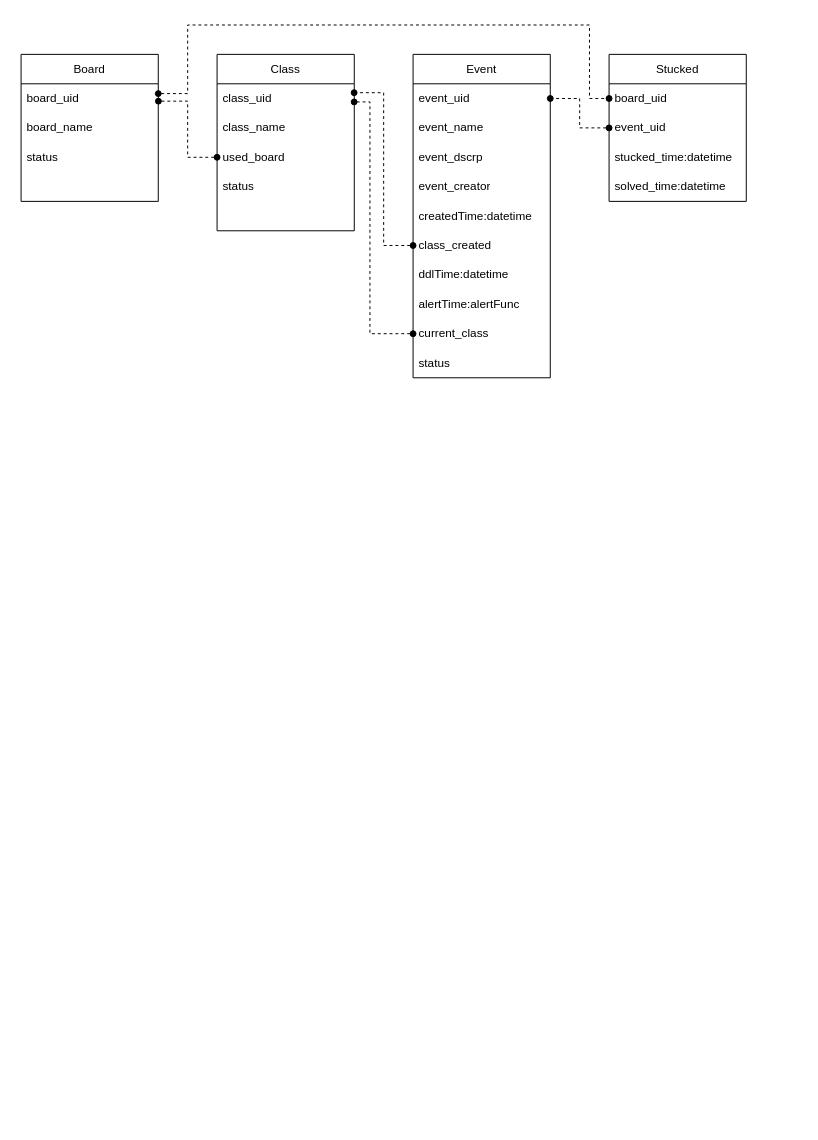
Above: KBC-chart.drawio in NandHyf/KanbanCore_earlyValid (draw.io), before the change. Source tidied: cells renumbered, new cells numbered last; positions are measured from the earlier drawing's top-left corner, leaving out a move shared by most shapes. Both pictures are drawn from the tidied source at 98%, with x=0, y=0 at pixel (21, 24).
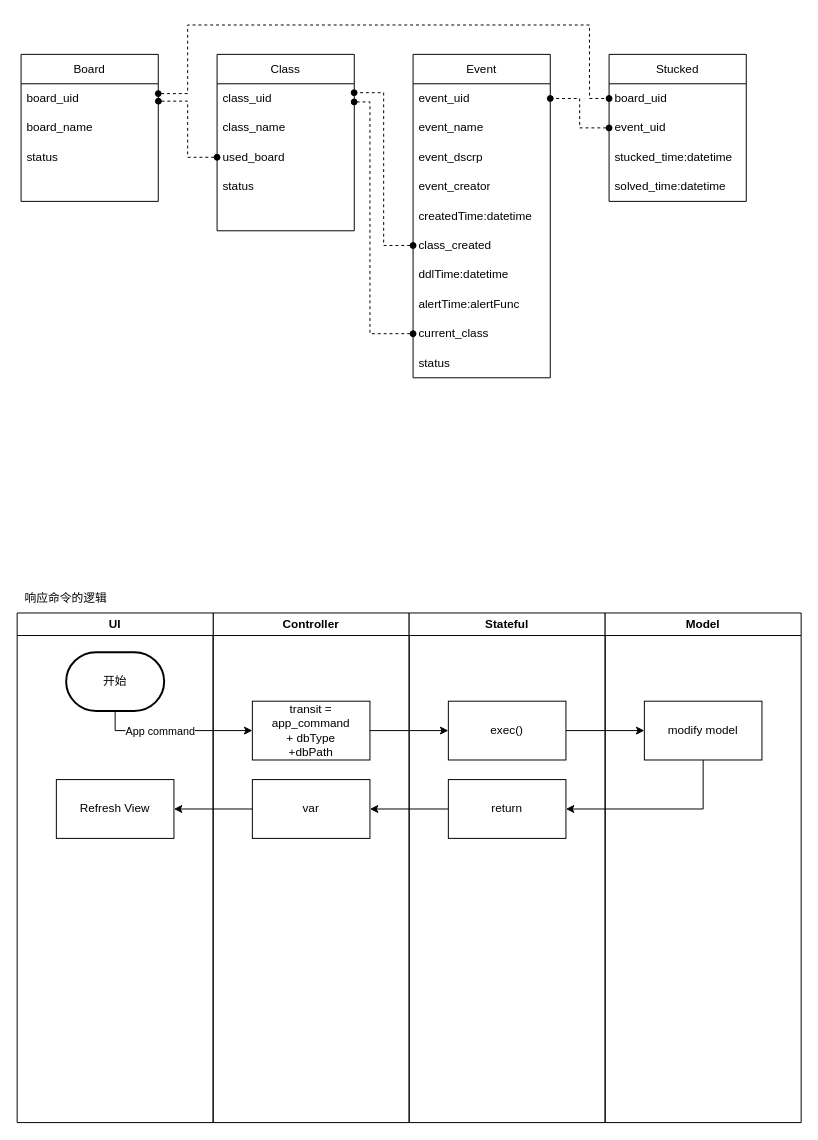
The same page after the edit.

Diff of the diagram source:
```diff
@@
+    <mxCell id="34" value="Controller" style="swimlane;whiteSpace=wrap;html=1;" parent="1" vertex="1">
+      <mxGeometry x="196" y="600" width="200" height="520" as="geometry" />
+    </mxCell>
+    <mxCell id="35" value="transit = app_command&lt;br style=&quot;border-color: var(--border-color);&quot;&gt;+ dbType&lt;br style=&quot;border-color: var(--border-color);&quot;&gt;+dbPath" style="rounded=0;whiteSpace=wrap;html=1;" parent="34" vertex="1">
+      <mxGeometry x="40" y="90" width="120" height="60" as="geometry" />
+    </mxCell>
+    <mxCell id="36" value="var" style="whiteSpace=wrap;html=1;rounded=0;" parent="34" vertex="1">
+      <mxGeometry x="40" y="170" width="120" height="60" as="geometry" />
+    </mxCell>
+    <mxCell id="37" value="Stateful" style="swimlane;whiteSpace=wrap;html=1;" parent="1" vertex="1">
+      <mxGeometry x="396" y="600" width="200" height="520" as="geometry" />
+    </mxCell>
+    <mxCell id="38" value="exec()" style="whiteSpace=wrap;html=1;rounded=0;" parent="37" vertex="1">
+      <mxGeometry x="40" y="90" width="120" height="60" as="geometry" />
+    </mxCell>
+    <mxCell id="39" value="return" style="whiteSpace=wrap;html=1;rounded=0;" parent="37" vertex="1">
+      <mxGeometry x="40" y="170" width="120" height="60" as="geometry" />
+    </mxCell>
+    <mxCell id="40" value="Model" style="swimlane;whiteSpace=wrap;html=1;" parent="1" vertex="1">
+      <mxGeometry x="596" y="600" width="200" height="520" as="geometry" />
+    </mxCell>
+    <mxCell id="41" value="modify model" style="whiteSpace=wrap;html=1;rounded=0;" parent="40" vertex="1">
+      <mxGeometry x="40" y="90" width="120" height="60" as="geometry" />
+    </mxCell>
+    <mxCell id="42" value="UI" style="swimlane;whiteSpace=wrap;html=1;" parent="1" vertex="1">
+      <mxGeometry x="-4" y="600" width="200" height="520" as="geometry" />
+    </mxCell>
+    <mxCell id="43" value="开始" style="strokeWidth=2;html=1;shape=mxgraph.flowchart.terminator;whiteSpace=wrap;" parent="42" vertex="1">
+      <mxGeometry x="50" y="40" width="100" height="60" as="geometry" />
+    </mxCell>
+    <mxCell id="44" value="Refresh View" style="whiteSpace=wrap;html=1;rounded=0;" parent="42" vertex="1">
+      <mxGeometry x="40" y="170" width="120" height="60" as="geometry" />
+    </mxCell>
+    <mxCell id="45" style="edgeStyle=orthogonalEdgeStyle;rounded=0;jettySize=auto;html=1;exitX=0.5;exitY=1;exitDx=0;exitDy=0;exitPerimeter=0;entryX=0;entryY=0.5;entryDx=0;entryDy=0;" parent="1" edge="1" source="43" target="35">
+      <mxGeometry relative="1" as="geometry">
+        <Array as="points">
+          <mxPoint x="96" y="720" />
+        </Array>
+      </mxGeometry>
+    </mxCell>
+    <mxCell id="46" value="App command" style="edgeLabel;html=1;align=center;verticalAlign=middle;" parent="45" vertex="1">
+      <mxGeometry x="-0.01" relative="1" as="geometry">
+        <mxPoint x="-14" as="offset" />
+      </mxGeometry>
+    </mxCell>
+    <mxCell id="47" value="响应命令的逻辑" style="text;html=1;strokeColor=none;fillColor=none;align=center;verticalAlign=middle;whiteSpace=wrap;rounded=0;" parent="1" vertex="1">
+      <mxGeometry x="-4" y="570" width="100" height="30" as="geometry" />
+    </mxCell>
+    <mxCell id="48" style="edgeStyle=orthogonalEdgeStyle;rounded=0;jettySize=auto;html=1;" parent="1" edge="1" source="35" target="38">
+      <mxGeometry relative="1" as="geometry" />
+    </mxCell>
+    <mxCell id="49" style="edgeStyle=orthogonalEdgeStyle;rounded=0;jettySize=auto;html=1;" parent="1" edge="1" source="38" target="41">
+      <mxGeometry relative="1" as="geometry" />
+    </mxCell>
+    <mxCell id="50" style="edgeStyle=orthogonalEdgeStyle;rounded=0;jettySize=auto;html=1;exitX=0.5;exitY=1;exitDx=0;exitDy=0;entryX=1;entryY=0.5;entryDx=0;entryDy=0;" parent="1" edge="1" source="41" target="39">
+      <mxGeometry relative="1" as="geometry" />
+    </mxCell>
+    <mxCell id="51" style="edgeStyle=orthogonalEdgeStyle;rounded=0;jettySize=auto;html=1;" parent="1" edge="1" source="39" target="36">
+      <mxGeometry relative="1" as="geometry" />
+    </mxCell>
+    <mxCell id="52" style="edgeStyle=orthogonalEdgeStyle;rounded=0;jettySize=auto;html=1;" parent="1" edge="1" source="36" target="44">
+      <mxGeometry relative="1" as="geometry" />
+    </mxCell>
```
